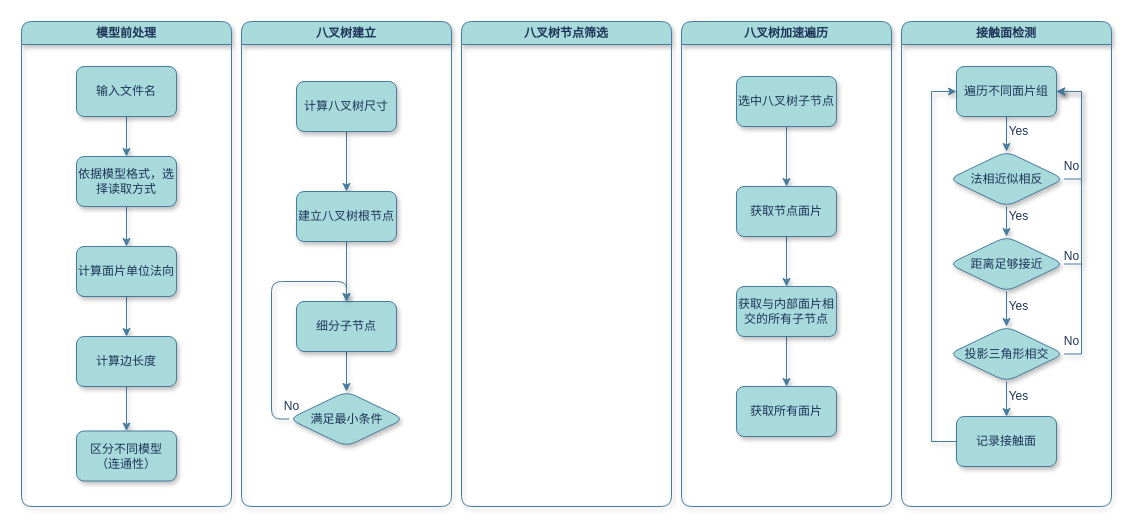
WalkLater/workflow keeps this draw.io diagram as OCTreeCheckWorkflow.drawio. Above is the earlier version. Source tidied: cells renumbered, new cells numbered last; positions are measured from the earlier drawing's top-left corner, leaving out a move shared by most shapes. Both pictures are drawn from the tidied source at 100%, with x=0, y=0 at pixel (21, 21).
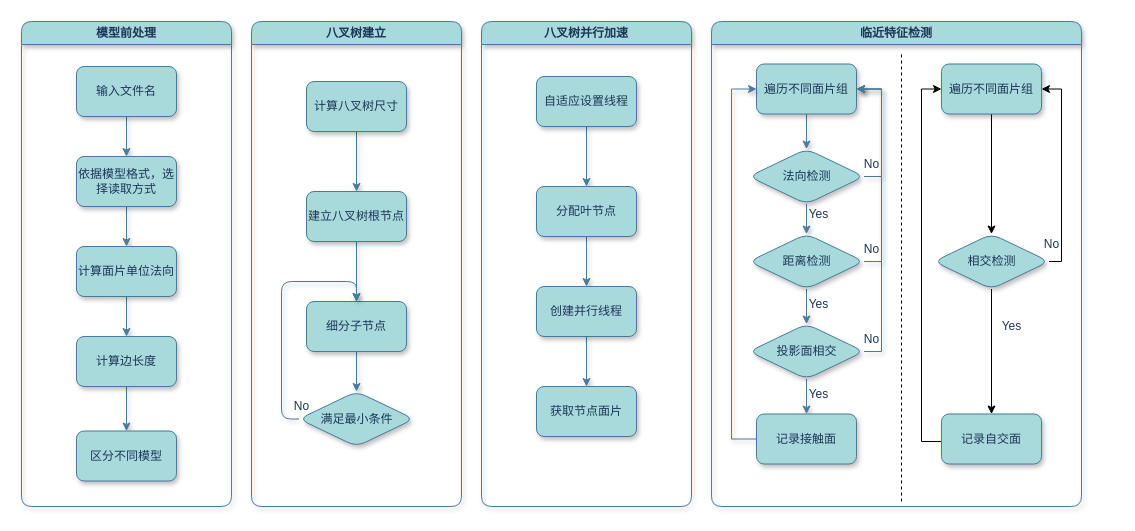
The same diagram, later.

The change refers to these unchanged cells:
```xml
<mxCell id="2" value="模型前处理" style="swimlane;whiteSpace=wrap;html=1;rounded=1;labelBackgroundColor=none;fillColor=#A8DADC;strokeColor=#457B9D;fontColor=#1D3557;shadow=1;" parent="1" vertex="1">
  <mxGeometry width="210" height="485" as="geometry" />
</mxCell>
```

What changed in the source:
```diff
@@
-    <mxCell id="11" value="区分不同模型&lt;div&gt;（连通性）&lt;/div&gt;" style="rounded=1;whiteSpace=wrap;html=1;labelBackgroundColor=none;fillColor=#A8DADC;strokeColor=#457B9D;fontColor=#1D3557;shadow=1;" parent="2" vertex="1">
+    <mxCell id="11" value="区分不同模型" style="rounded=1;whiteSpace=wrap;html=1;labelBackgroundColor=none;fillColor=#A8DADC;strokeColor=#457B9D;fontColor=#1D3557;shadow=1;" parent="2" vertex="1">
       <mxGeometry x="55" y="409.5" width="100" height="50" as="geometry" />
     </mxCell>
     <mxCell id="12" value="八叉树建立" style="swimlane;whiteSpace=wrap;html=1;rounded=1;labelBackgroundColor=none;fillColor=#A8DADC;strokeColor=#457B9D;fontColor=#1D3557;shadow=1;" parent="1" vertex="1">
-      <mxGeometry x="220" width="210" height="485" as="geometry" />
+      <mxGeometry x="230" width="210" height="485" as="geometry" />
     </mxCell>
@@
-    <mxCell id="22" value="八叉树加速遍历" style="swimlane;whiteSpace=wrap;html=1;rounded=1;labelBackgroundColor=none;fillColor=#A8DADC;strokeColor=#457B9D;fontColor=#1D3557;shadow=1;" parent="1" vertex="1">
-      <mxGeometry x="660" width="210" height="485" as="geometry" />
+    <mxCell id="22" value="八叉树并行加速" style="swimlane;whiteSpace=wrap;html=1;rounded=1;labelBackgroundColor=none;fillColor=#A8DADC;strokeColor=#457B9D;fontColor=#1D3557;shadow=1;" parent="1" vertex="1">
+      <mxGeometry x="460" width="210" height="485" as="geometry" />
     </mxCell>
@@
-    <mxCell id="24" value="选中八叉树子节点" style="rounded=1;whiteSpace=wrap;html=1;labelBackgroundColor=none;fillColor=#A8DADC;strokeColor=#457B9D;fontColor=#1D3557;shadow=1;" parent="22" vertex="1">
+    <mxCell id="24" value="自适应设置线程" style="rounded=1;whiteSpace=wrap;html=1;labelBackgroundColor=none;fillColor=#A8DADC;strokeColor=#457B9D;fontColor=#1D3557;shadow=1;" parent="22" vertex="1">
       <mxGeometry x="55" y="55" width="100" height="50" as="geometry" />
     </mxCell>
@@
-    <mxCell id="26" value="获取节点面片" style="rounded=1;whiteSpace=wrap;html=1;labelBackgroundColor=none;fillColor=#A8DADC;strokeColor=#457B9D;fontColor=#1D3557;shadow=1;" parent="22" vertex="1">
+    <mxCell id="26" value="分配叶节点" style="rounded=1;whiteSpace=wrap;html=1;labelBackgroundColor=none;fillColor=#A8DADC;strokeColor=#457B9D;fontColor=#1D3557;shadow=1;" parent="22" vertex="1">
       <mxGeometry x="55" y="165" width="100" height="50" as="geometry" />
     </mxCell>
@@
-    <mxCell id="28" value="获取与内部面片相交的所有子节点" style="rounded=1;whiteSpace=wrap;html=1;labelBackgroundColor=none;fillColor=#A8DADC;strokeColor=#457B9D;fontColor=#1D3557;shadow=1;" parent="22" vertex="1">
+    <mxCell id="28" value="创建并行线程" style="rounded=1;whiteSpace=wrap;html=1;labelBackgroundColor=none;fillColor=#A8DADC;strokeColor=#457B9D;fontColor=#1D3557;shadow=1;" parent="22" vertex="1">
       <mxGeometry x="55" y="265" width="100" height="50" as="geometry" />
     </mxCell>
-    <mxCell id="29" value="获取所有面片" style="rounded=1;whiteSpace=wrap;html=1;labelBackgroundColor=none;fillColor=#A8DADC;strokeColor=#457B9D;fontColor=#1D3557;shadow=1;" parent="22" vertex="1">
+    <mxCell id="29" value="获取节点面片" style="rounded=1;whiteSpace=wrap;html=1;labelBackgroundColor=none;fillColor=#A8DADC;strokeColor=#457B9D;fontColor=#1D3557;shadow=1;" parent="22" vertex="1">
       <mxGeometry x="55" y="365" width="100" height="50" as="geometry" />
     </mxCell>
-    <mxCell id="30" value="接触面检测" style="swimlane;whiteSpace=wrap;html=1;rounded=1;labelBackgroundColor=none;fillColor=#A8DADC;strokeColor=#457B9D;fontColor=#1D3557;shadow=1;" parent="1" vertex="1">
-      <mxGeometry x="880" width="210" height="485" as="geometry" />
+    <mxCell id="30" value="临近特征检测" style="swimlane;whiteSpace=wrap;html=1;rounded=1;labelBackgroundColor=none;fillColor=#A8DADC;strokeColor=#457B9D;fontColor=#1D3557;shadow=1;" parent="1" vertex="1">
+      <mxGeometry x="690" width="370" height="485" as="geometry" />
     </mxCell>
@@
     <mxCell id="32" value="遍历不同面片组" style="rounded=1;whiteSpace=wrap;html=1;labelBackgroundColor=none;fillColor=#A8DADC;strokeColor=#457B9D;fontColor=#1D3557;glass=0;shadow=1;" parent="30" vertex="1">
-      <mxGeometry x="55" y="45" width="100" height="50" as="geometry" />
+      <mxGeometry x="45" y="42.5" width="100" height="50" as="geometry" />
     </mxCell>
@@
     <mxCell id="34" style="edgeStyle=orthogonalEdgeStyle;rounded=0;jettySize=auto;html=1;entryX=1;entryY=0.5;entryDx=0;entryDy=0;labelBackgroundColor=none;strokeColor=#457B9D;fontColor=default;shadow=1;" parent="30" edge="1" source="35" target="32">
       <mxGeometry relative="1" as="geometry">
         <Array as="points">
-          <mxPoint x="180" y="158" />
-          <mxPoint x="180" y="70" />
+          <mxPoint x="170" y="155.5" />
+          <mxPoint x="170" y="67.5" />
         </Array>
       </mxGeometry>
     </mxCell>
-    <mxCell id="35" value="法相近似相反" style="rhombus;whiteSpace=wrap;html=1;rounded=1;labelBackgroundColor=none;fillColor=#A8DADC;strokeColor=#457B9D;fontColor=#1D3557;shadow=1;" parent="30" vertex="1">
-      <mxGeometry x="47.5" y="130" width="115" height="55" as="geometry" />
+    <mxCell id="35" value="法向检测" style="rhombus;whiteSpace=wrap;html=1;rounded=1;labelBackgroundColor=none;fillColor=#A8DADC;strokeColor=#457B9D;fontColor=#1D3557;shadow=1;" parent="30" vertex="1">
+      <mxGeometry x="37.5" y="127.5" width="115" height="55" as="geometry" />
     </mxCell>
@@
     <mxCell id="37" style="edgeStyle=orthogonalEdgeStyle;rounded=0;jettySize=auto;html=1;entryX=1;entryY=0.5;entryDx=0;entryDy=0;labelBackgroundColor=none;strokeColor=#457B9D;fontColor=default;shadow=1;" parent="30" edge="1" source="38" target="32">
       <mxGeometry relative="1" as="geometry">
         <Array as="points">
-          <mxPoint x="180" y="243" />
-          <mxPoint x="180" y="70" />
+          <mxPoint x="170" y="240.5" />
+          <mxPoint x="170" y="67.5" />
         </Array>
       </mxGeometry>
     </mxCell>
-    <mxCell id="38" value="距离足够接近" style="rhombus;whiteSpace=wrap;html=1;rounded=1;labelBackgroundColor=none;fillColor=#A8DADC;strokeColor=#457B9D;fontColor=#1D3557;shadow=1;" parent="30" vertex="1">
-      <mxGeometry x="47.5" y="215" width="115" height="55" as="geometry" />
+    <mxCell id="38" value="距离检测" style="rhombus;whiteSpace=wrap;html=1;rounded=1;labelBackgroundColor=none;fillColor=#A8DADC;strokeColor=#457B9D;fontColor=#1D3557;shadow=1;" parent="30" vertex="1">
+      <mxGeometry x="37.5" y="212.5" width="115" height="55" as="geometry" />
     </mxCell>
@@
     <mxCell id="40" style="edgeStyle=orthogonalEdgeStyle;rounded=0;jettySize=auto;html=1;entryX=1;entryY=0.5;entryDx=0;entryDy=0;labelBackgroundColor=none;strokeColor=#457B9D;fontColor=default;shadow=1;" parent="30" edge="1" source="41" target="32">
       <mxGeometry relative="1" as="geometry">
         <Array as="points">
-          <mxPoint x="180" y="333" />
-          <mxPoint x="180" y="70" />
+          <mxPoint x="170" y="330.5" />
+          <mxPoint x="170" y="67.5" />
         </Array>
       </mxGeometry>
     </mxCell>
-    <mxCell id="41" value="投影三角形相交" style="rhombus;whiteSpace=wrap;html=1;rounded=1;labelBackgroundColor=none;fillColor=#A8DADC;strokeColor=#457B9D;fontColor=#1D3557;shadow=1;" parent="30" vertex="1">
-      <mxGeometry x="47.5" y="305" width="115" height="55" as="geometry" />
+    <mxCell id="41" value="投影面相交" style="rhombus;whiteSpace=wrap;html=1;rounded=1;labelBackgroundColor=none;fillColor=#A8DADC;strokeColor=#457B9D;fontColor=#1D3557;shadow=1;" parent="30" vertex="1">
+      <mxGeometry x="37.5" y="302.5" width="115" height="55" as="geometry" />
     </mxCell>
     <mxCell id="42" style="edgeStyle=orthogonalEdgeStyle;rounded=0;jettySize=auto;html=1;entryX=0;entryY=0.5;entryDx=0;entryDy=0;labelBackgroundColor=none;strokeColor=#457B9D;fontColor=default;shadow=1;" parent="30" edge="1" source="43" target="32">
       <mxGeometry relative="1" as="geometry">
         <Array as="points">
-          <mxPoint x="30" y="420" />
-          <mxPoint x="30" y="70" />
+          <mxPoint x="20" y="417.5" />
+          <mxPoint x="20" y="67.5" />
         </Array>
       </mxGeometry>
     </mxCell>
     <mxCell id="43" value="记录接触面" style="rounded=1;whiteSpace=wrap;html=1;labelBackgroundColor=none;fillColor=#A8DADC;strokeColor=#457B9D;fontColor=#1D3557;shadow=1;" parent="30" vertex="1">
-      <mxGeometry x="55" y="395" width="100" height="50" as="geometry" />
+      <mxGeometry x="45" y="392.5" width="100" height="50" as="geometry" />
     </mxCell>
-    <mxCell id="44" value="Yes" style="text;html=1;align=center;verticalAlign=middle;strokeColor=none;fillColor=none;fontColor=#1D3557;shadow=1;" parent="30" vertex="1">
-      <mxGeometry x="97" y="95" width="40" height="30" as="geometry" />
-    </mxCell>
     <mxCell id="45" value="Yes" style="text;html=1;align=center;verticalAlign=middle;strokeColor=none;fillColor=none;fontColor=#1D3557;shadow=1;" parent="30" vertex="1">
-      <mxGeometry x="97" y="180" width="40" height="30" as="geometry" />
+      <mxGeometry x="87" y="177.5" width="40" height="30" as="geometry" />
     </mxCell>
     <mxCell id="46" value="Yes" style="text;html=1;align=center;verticalAlign=middle;strokeColor=none;fillColor=none;fontColor=#1D3557;shadow=1;" parent="30" vertex="1">
-      <mxGeometry x="97" y="270" width="40" height="30" as="geometry" />
+      <mxGeometry x="87" y="267.5" width="40" height="30" as="geometry" />
     </mxCell>
     <mxCell id="47" value="Yes" style="text;html=1;align=center;verticalAlign=middle;strokeColor=none;fillColor=none;fontColor=#1D3557;shadow=1;" parent="30" vertex="1">
-      <mxGeometry x="97" y="360" width="40" height="30" as="geometry" />
+      <mxGeometry x="87" y="357.5" width="40" height="30" as="geometry" />
     </mxCell>
     <mxCell id="48" value="No" style="text;html=1;align=center;verticalAlign=middle;strokeColor=none;fillColor=none;rounded=1;labelBackgroundColor=none;fontColor=#1D3557;shadow=1;" parent="30" vertex="1">
-      <mxGeometry x="150" y="130" width="40" height="30" as="geometry" />
+      <mxGeometry x="140" y="127.5" width="40" height="30" as="geometry" />
     </mxCell>
     <mxCell id="49" value="No" style="text;html=1;align=center;verticalAlign=middle;strokeColor=none;fillColor=none;rounded=1;labelBackgroundColor=none;fontColor=#1D3557;shadow=1;" parent="30" vertex="1">
-      <mxGeometry x="150" y="220" width="40" height="30" as="geometry" />
+      <mxGeometry x="140" y="212.5" width="40" height="30" as="geometry" />
     </mxCell>
     <mxCell id="50" value="No" style="text;html=1;align=center;verticalAlign=middle;strokeColor=none;fillColor=none;rounded=1;labelBackgroundColor=none;fontColor=#1D3557;shadow=1;" parent="30" vertex="1">
-      <mxGeometry x="150" y="305" width="40" height="30" as="geometry" />
+      <mxGeometry x="140" y="302.5" width="40" height="30" as="geometry" />
     </mxCell>
-    <mxCell id="51" value="八叉树节点筛选" style="swimlane;whiteSpace=wrap;html=1;rounded=1;labelBackgroundColor=none;fillColor=#A8DADC;strokeColor=#457B9D;fontColor=#1D3557;shadow=1;" parent="1" vertex="1">
-      <mxGeometry x="440" width="210" height="485" as="geometry" />
-    </mxCell>
+    <mxCell id="52" style="endArrow=none;dashed=1;html=1;rounded=0;" parent="30" edge="1">
+      <mxGeometry relative="1" as="geometry">
+        <mxPoint x="190" y="480" as="sourcePoint" />
+        <mxPoint x="190" y="30" as="targetPoint" />
+      </mxGeometry>
+    </mxCell>
+    <mxCell id="53" style="edgeStyle=orthogonalEdgeStyle;rounded=0;jettySize=auto;html=1;" parent="30" edge="1" source="54" target="57">
+      <mxGeometry relative="1" as="geometry" />
+    </mxCell>
+    <mxCell id="54" value="遍历不同面片组" style="rounded=1;whiteSpace=wrap;html=1;labelBackgroundColor=none;fillColor=#A8DADC;strokeColor=#457B9D;fontColor=#1D3557;glass=0;shadow=1;" parent="30" vertex="1">
+      <mxGeometry x="230" y="42.5" width="100" height="50" as="geometry" />
+    </mxCell>
+    <mxCell id="55" style="edgeStyle=orthogonalEdgeStyle;rounded=0;jettySize=auto;html=1;entryX=0.5;entryY=0;entryDx=0;entryDy=0;" parent="30" edge="1" source="57" target="59">
+      <mxGeometry relative="1" as="geometry" />
+    </mxCell>
+    <mxCell id="56" style="edgeStyle=orthogonalEdgeStyle;rounded=0;jettySize=auto;html=1;entryX=1;entryY=0.5;entryDx=0;entryDy=0;" parent="30" edge="1" source="57" target="54">
+      <mxGeometry relative="1" as="geometry">
+        <Array as="points">
+          <mxPoint x="350" y="240" />
+          <mxPoint x="350" y="68" />
+        </Array>
+      </mxGeometry>
+    </mxCell>
+    <mxCell id="57" value="相交检测" style="rhombus;whiteSpace=wrap;html=1;rounded=1;labelBackgroundColor=none;fillColor=#A8DADC;strokeColor=#457B9D;fontColor=#1D3557;shadow=1;" parent="30" vertex="1">
+      <mxGeometry x="222.5" y="212.5" width="115" height="55" as="geometry" />
+    </mxCell>
+    <mxCell id="58" style="edgeStyle=orthogonalEdgeStyle;rounded=0;jettySize=auto;html=1;entryX=0;entryY=0.5;entryDx=0;entryDy=0;" parent="30" edge="1" source="59" target="54">
+      <mxGeometry relative="1" as="geometry">
+        <Array as="points">
+          <mxPoint x="210" y="420" />
+          <mxPoint x="210" y="68" />
+        </Array>
+      </mxGeometry>
+    </mxCell>
+    <mxCell id="59" value="记录自交面" style="rounded=1;whiteSpace=wrap;html=1;labelBackgroundColor=none;fillColor=#A8DADC;strokeColor=#457B9D;fontColor=#1D3557;shadow=1;" parent="30" vertex="1">
+      <mxGeometry x="230" y="392.5" width="100" height="50" as="geometry" />
+    </mxCell>
+    <mxCell id="44" value="Yes" style="text;html=1;align=center;verticalAlign=middle;strokeColor=none;fillColor=none;fontColor=#1D3557;shadow=1;" parent="30" vertex="1">
+      <mxGeometry x="280" y="290" width="40" height="30" as="geometry" />
+    </mxCell>
+    <mxCell id="60" value="No" style="text;html=1;align=center;verticalAlign=middle;strokeColor=none;fillColor=none;rounded=1;labelBackgroundColor=none;fontColor=#1D3557;shadow=1;" parent="30" vertex="1">
+      <mxGeometry x="320" y="207.5" width="40" height="30" as="geometry" />
+    </mxCell>
```
